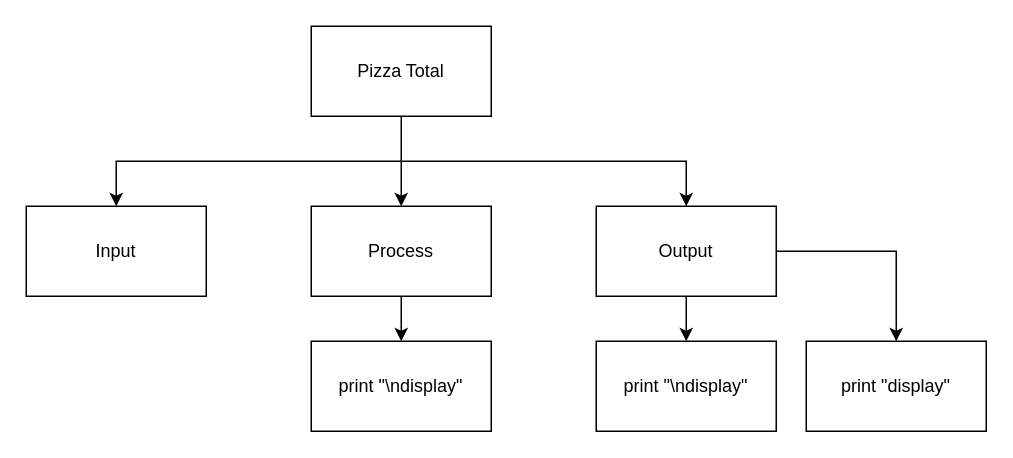
Earlier version of the draw.io diagram Draw.io/topdown.drawio (Peter-Gemmell/ICS3U-Unit4-07-Python). Source tidied: cells renumbered, new cells numbered last; positions are measured from the earlier drawing's top-left corner, leaving out a move shared by most shapes. Both pictures are drawn from the tidied source at 150%, with x=0, y=0 at pixel (26, 26).
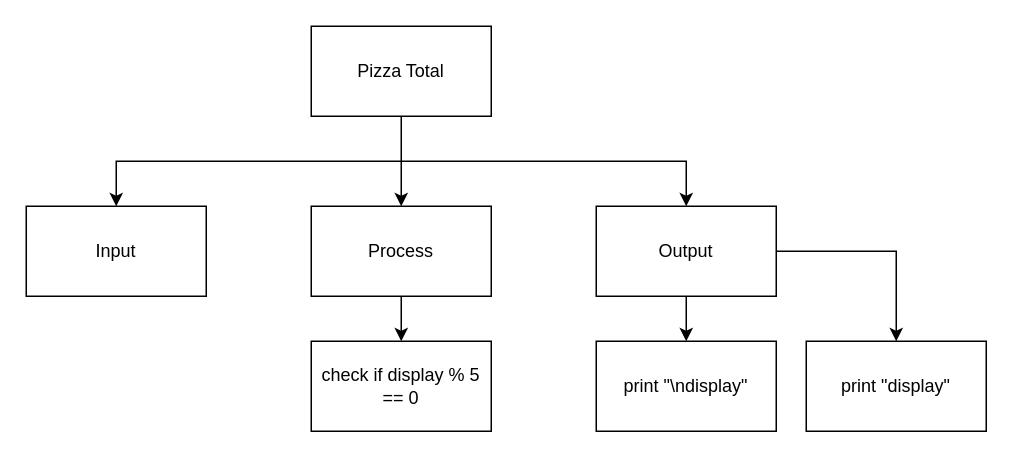
The same diagram, later.

Change to the diagram source:
```diff
@@
-    <mxCell id="14" value="print &quot;\ndisplay&quot;" style="rounded=0;whiteSpace=wrap;html=1;" parent="1" vertex="1">
+    <mxCell id="14" value="check if display % 5 == 0" style="rounded=0;whiteSpace=wrap;html=1;" parent="1" vertex="1">
       <mxGeometry x="190" y="210" width="120" height="60" as="geometry" />
     </mxCell>
```
